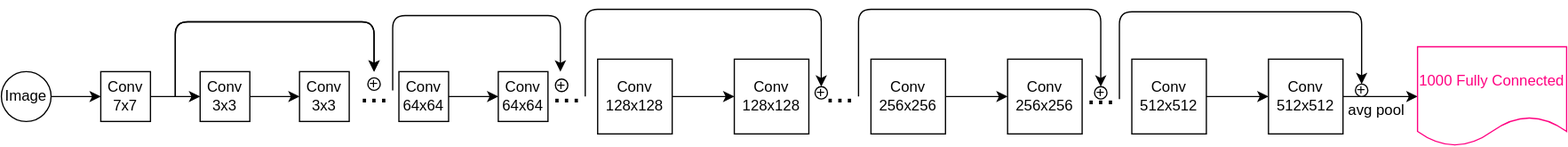
This is W4_TransferLearning/img/Resnet18_learn_only_last_layer.svg from GuaiGuaiOnMyComputer/SummerVacationMeeting, a draw.io export, as it was before one commit. Source tidied: cells renumbered, new cells last; positions are measured from the earlier drawing's top-left corner, leaving out a move shared by most shapes.
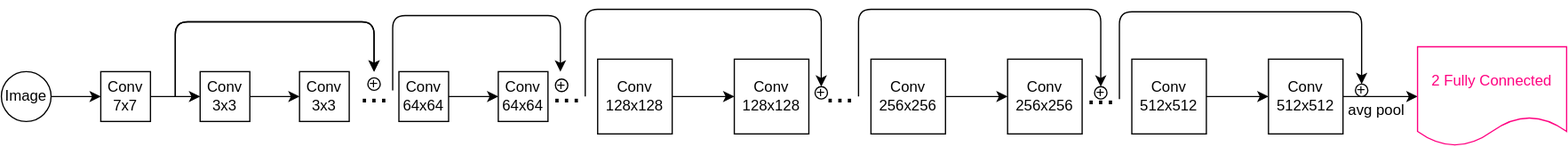
Later version of the same file.

Commit message:
corrected fully connected layer length

The edit, as a diff of the source:
```diff
@@ -62,7 +62,7 @@
     <mxCell id="21" value="Conv&lt;br&gt;512x512" style="whiteSpace=wrap;html=1;" parent="1" vertex="1">
       <mxGeometry x="1020" y="40" width="60" height="60" as="geometry" />
     </mxCell>
-    <mxCell id="22" value="&lt;font color=&quot;#ff0080&quot;&gt;1000 Fully Connected&lt;/font&gt;" style="shape=document;whiteSpace=wrap;html=1;boundedLbl=1;strokeColor=#FF0080;" parent="1" vertex="1">
+    <mxCell id="22" value="&lt;font color=&quot;#ff0080&quot;&gt;2 Fully Connected&lt;/font&gt;" style="shape=document;whiteSpace=wrap;html=1;boundedLbl=1;strokeColor=#FF0080;" parent="1" vertex="1">
       <mxGeometry x="1140" y="30" width="120" height="80" as="geometry" />
     </mxCell>
     <mxCell id="23" value="&amp;nbsp;avg pool" style="text;html=1;align=center;verticalAlign=middle;strokeColor=none;fillColor=none;" parent="1" vertex="1">
```
